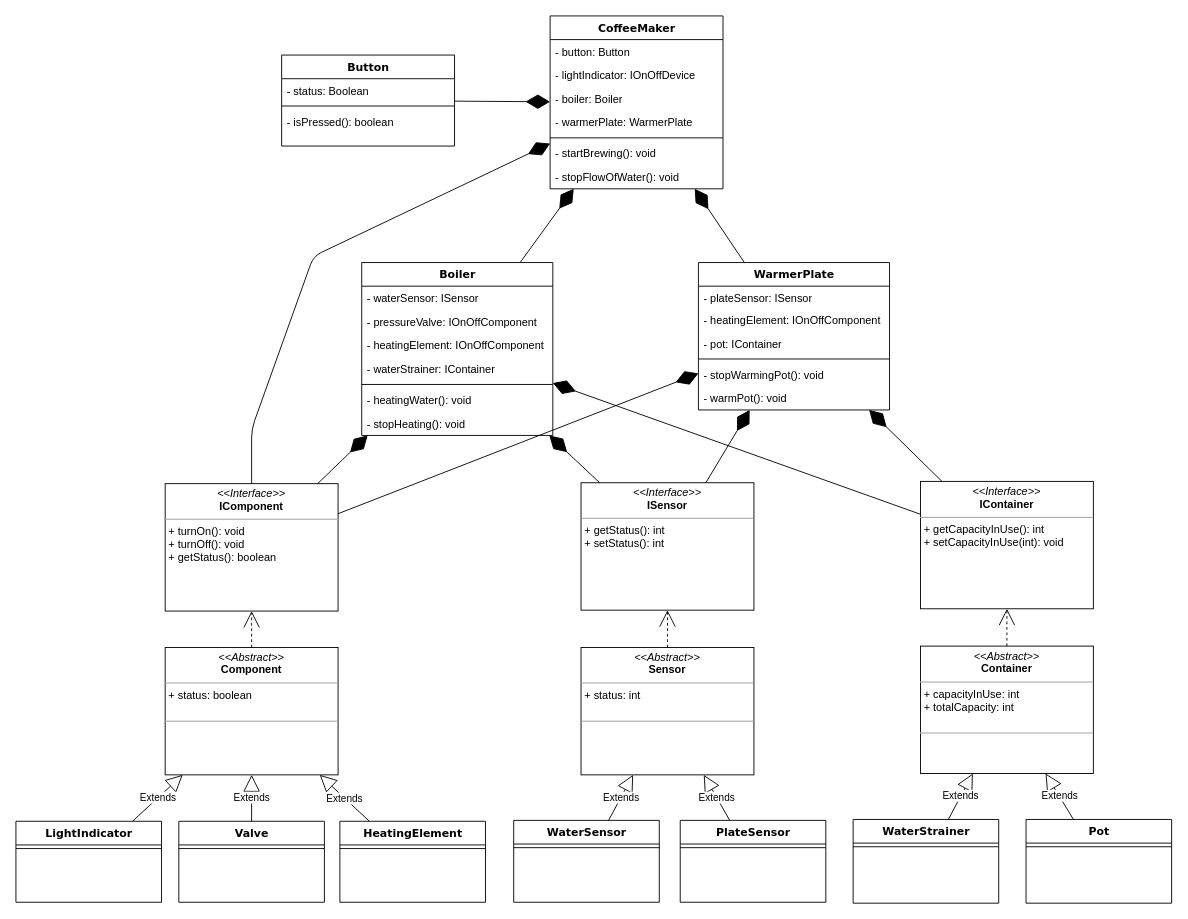
The draw.io diagram Resources/CoffeeMaker.drawio in aburgosu/CoffeeMaker-JAM, before the edit. Source tidied: cells renumbered, new cells numbered last; positions are measured from the earlier drawing's top-left corner, leaving out a move shared by most shapes. Both pictures are drawn from the tidied source at 91%, with x=0, y=0 at pixel (15, 15).
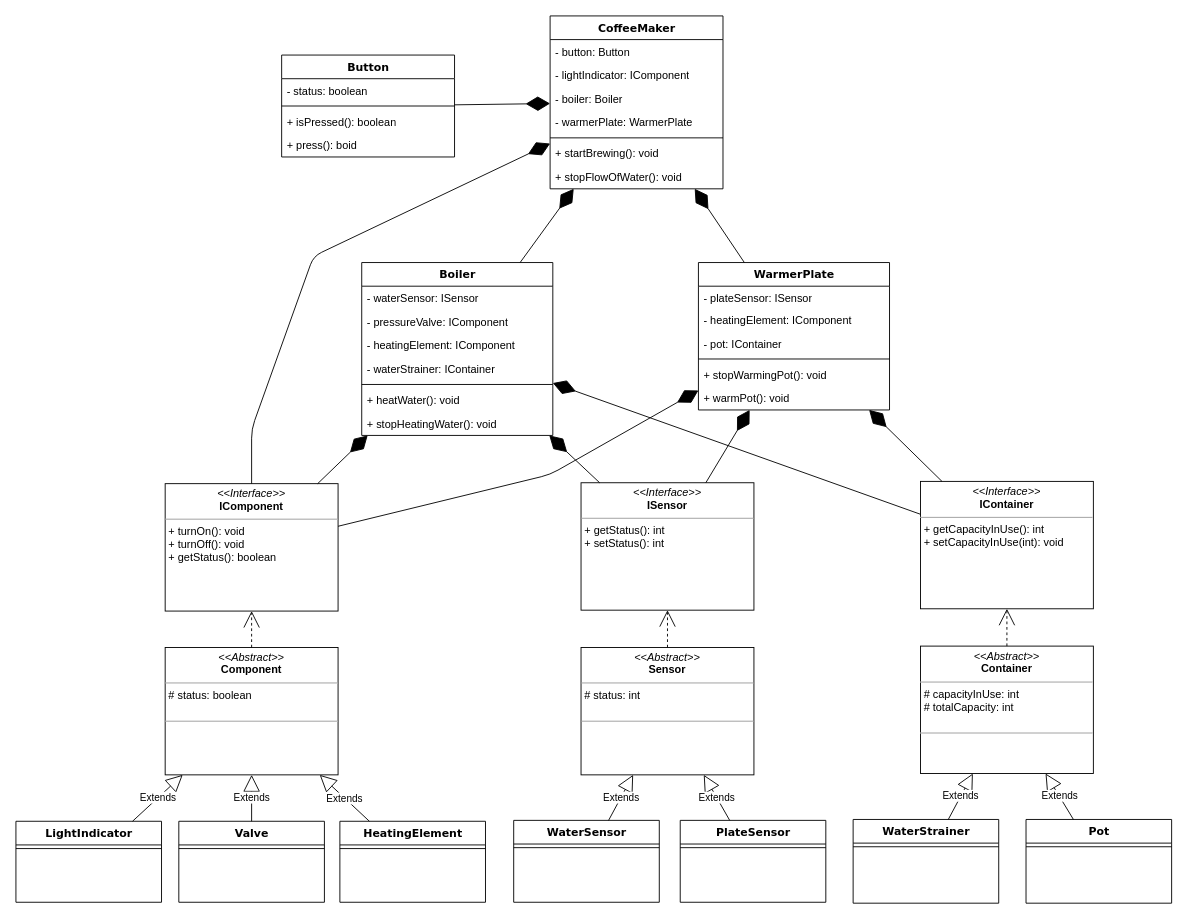
Above is the later version.

Commit message (it also covers changes not shown here):
Class diagram names corrections

The change refers to these unchanged cells:
```xml
<mxCell id="8" value="&lt;p style=&quot;margin: 0px ; margin-top: 4px ; text-align: center&quot;&gt;&lt;i&gt;&amp;lt;&amp;lt;Interface&amp;gt;&amp;gt;&lt;/i&gt;&lt;br&gt;&lt;b&gt;IComponent&lt;/b&gt;&lt;/p&gt;&lt;hr size=&quot;1&quot;&gt;&lt;p style=&quot;margin: 0px ; margin-left: 4px&quot;&gt;&lt;/p&gt;&lt;p style=&quot;margin: 0px ; margin-left: 4px&quot;&gt;+ turnOn(): void&lt;br&gt;+ turnOff(): void&lt;/p&gt;&lt;p style=&quot;margin: 0px ; margin-left: 4px&quot;&gt;+ getStatus(): boolean&lt;/p&gt;" style="verticalAlign=top;align=left;overflow=fill;fontSize=12;fontFamily=Helvetica;html=1;rounded=0;shadow=0;comic=0;labelBackgroundColor=none;strokeColor=#000000;strokeWidth=1;fillColor=#ffffff;" parent="1" vertex="1">
  <mxGeometry x="164" y="514" width="190" height="140" as="geometry" />
</mxCell>
<mxCell id="18" value="Boiler" style="swimlane;html=1;fontStyle=1;align=center;verticalAlign=top;horizontal=1;startSize=26;swimlaneFillColor=#ffffff;rounded=0;shadow=0;comic=0;labelBackgroundColor=none;strokeColor=#000000;strokeWidth=1;fillColor=none;fontFamily=Verdana;fontSize=12;fontColor=#000000;" parent="1" vertex="1">
  <mxGeometry x="380" y="271" width="210" height="190" as="geometry" />
</mxCell>
<mxCell id="26" value="WarmerPlate" style="swimlane;html=1;fontStyle=1;align=center;verticalAlign=top;horizontal=1;startSize=26;swimlaneFillColor=#ffffff;rounded=0;shadow=0;comic=0;labelBackgroundColor=none;strokeColor=#000000;strokeWidth=1;fillColor=none;fontFamily=Verdana;fontSize=12;fontColor=#000000;" parent="1" vertex="1">
  <mxGeometry x="750" y="271" width="210" height="162" as="geometry" />
</mxCell>
<mxCell id="33" value="CoffeeMaker" style="swimlane;html=1;fontStyle=1;align=center;verticalAlign=top;horizontal=1;startSize=26;swimlaneFillColor=#ffffff;rounded=0;shadow=0;comic=0;labelBackgroundColor=none;strokeColor=#000000;strokeWidth=1;fillColor=none;fontFamily=Verdana;fontSize=12;fontColor=#000000;" parent="1" vertex="1">
  <mxGeometry x="587" width="190" height="190" as="geometry" />
</mxCell>
```

What changed in the source:
```diff
@@
-    <mxCell id="10" value="&lt;p style=&quot;margin: 0px ; margin-top: 4px ; text-align: center&quot;&gt;&lt;i&gt;&amp;lt;&amp;lt;Abstract&amp;gt;&amp;gt;&lt;/i&gt;&lt;br&gt;&lt;b&gt;Sensor&lt;/b&gt;&lt;/p&gt;&lt;hr size=&quot;1&quot;&gt;&lt;p style=&quot;margin: 0px ; margin-left: 4px&quot;&gt;+ status: int&lt;br&gt;&lt;br&gt;&lt;/p&gt;&lt;hr size=&quot;1&quot;&gt;&lt;p style=&quot;margin: 0px ; margin-left: 4px&quot;&gt;&lt;br&gt;&lt;/p&gt;" style="verticalAlign=top;align=left;overflow=fill;fontSize=12;fontFamily=Helvetica;html=1;rounded=0;shadow=0;comic=0;labelBackgroundColor=none;strokeColor=#000000;strokeWidth=1;fillColor=#ffffff;" parent="1" vertex="1">
+    <mxCell id="10" value="&lt;p style=&quot;margin: 0px ; margin-top: 4px ; text-align: center&quot;&gt;&lt;i&gt;&amp;lt;&amp;lt;Abstract&amp;gt;&amp;gt;&lt;/i&gt;&lt;br&gt;&lt;b&gt;Sensor&lt;/b&gt;&lt;/p&gt;&lt;hr size=&quot;1&quot;&gt;&lt;p style=&quot;margin: 0px ; margin-left: 4px&quot;&gt;# status: int&lt;br&gt;&lt;br&gt;&lt;/p&gt;&lt;hr size=&quot;1&quot;&gt;&lt;p style=&quot;margin: 0px ; margin-left: 4px&quot;&gt;&lt;br&gt;&lt;/p&gt;" style="verticalAlign=top;align=left;overflow=fill;fontSize=12;fontFamily=Helvetica;html=1;rounded=0;shadow=0;comic=0;labelBackgroundColor=none;strokeColor=#000000;strokeWidth=1;fillColor=#ffffff;" parent="1" vertex="1">
       <mxGeometry x="621" y="694" width="190" height="140" as="geometry" />
     </mxCell>
@@
-    <mxCell id="20" value="- pressureValve: IOnOffComponent&lt;br&gt;" style="text;html=1;strokeColor=none;fillColor=none;align=left;verticalAlign=top;spacingLeft=4;spacingRight=4;whiteSpace=wrap;overflow=hidden;" parent="18" vertex="1">
+    <mxCell id="20" value="- pressureValve: IComponent&lt;br&gt;" style="text;html=1;strokeColor=none;fillColor=none;align=left;verticalAlign=top;spacingLeft=4;spacingRight=4;whiteSpace=wrap;overflow=hidden;" parent="18" vertex="1">
       <mxGeometry y="52" width="210" height="26" as="geometry" />
     </mxCell>
-    <mxCell id="21" value="- heatingElement: IOnOffComponent&lt;br&gt;" style="text;html=1;strokeColor=none;fillColor=none;align=left;verticalAlign=top;spacingLeft=4;spacingRight=4;whiteSpace=wrap;overflow=hidden;" parent="18" vertex="1">
+    <mxCell id="21" value="- heatingElement: IComponent&lt;br&gt;" style="text;html=1;strokeColor=none;fillColor=none;align=left;verticalAlign=top;spacingLeft=4;spacingRight=4;whiteSpace=wrap;overflow=hidden;" parent="18" vertex="1">
       <mxGeometry y="78" width="210" height="26" as="geometry" />
     </mxCell>
@@
-    <mxCell id="24" value="- heatingWater(): void&lt;br&gt;" style="text;html=1;strokeColor=none;fillColor=none;align=left;verticalAlign=top;spacingLeft=4;spacingRight=4;whiteSpace=wrap;overflow=hidden;" parent="18" vertex="1">
+    <mxCell id="24" value="+ heatWater(): void&lt;br&gt;" style="text;html=1;strokeColor=none;fillColor=none;align=left;verticalAlign=top;spacingLeft=4;spacingRight=4;whiteSpace=wrap;overflow=hidden;" parent="18" vertex="1">
       <mxGeometry y="138" width="210" height="26" as="geometry" />
     </mxCell>
-    <mxCell id="25" value="- stopHeating(): void&lt;br&gt;" style="text;html=1;strokeColor=none;fillColor=none;align=left;verticalAlign=top;spacingLeft=4;spacingRight=4;whiteSpace=wrap;overflow=hidden;" parent="18" vertex="1">
+    <mxCell id="25" value="+ stopHeatingWater(): void&lt;br&gt;" style="text;html=1;strokeColor=none;fillColor=none;align=left;verticalAlign=top;spacingLeft=4;spacingRight=4;whiteSpace=wrap;overflow=hidden;" parent="18" vertex="1">
       <mxGeometry y="164" width="210" height="26" as="geometry" />
     </mxCell>
@@
-    <mxCell id="28" value="- heatingElement: IOnOffComponent" style="text;html=1;strokeColor=none;fillColor=none;align=left;verticalAlign=top;spacingLeft=4;spacingRight=4;whiteSpace=wrap;overflow=hidden;" parent="26" vertex="1">
+    <mxCell id="28" value="- heatingElement: IComponent" style="text;html=1;strokeColor=none;fillColor=none;align=left;verticalAlign=top;spacingLeft=4;spacingRight=4;whiteSpace=wrap;overflow=hidden;" parent="26" vertex="1">
       <mxGeometry y="50" width="210" height="26" as="geometry" />
     </mxCell>
@@
-    <mxCell id="31" value="- stopWarmingPot(): void" style="text;html=1;strokeColor=none;fillColor=none;align=left;verticalAlign=top;spacingLeft=4;spacingRight=4;whiteSpace=wrap;overflow=hidden;" parent="26" vertex="1">
+    <mxCell id="31" value="+ stopWarmingPot(): void" style="text;html=1;strokeColor=none;fillColor=none;align=left;verticalAlign=top;spacingLeft=4;spacingRight=4;whiteSpace=wrap;overflow=hidden;" parent="26" vertex="1">
       <mxGeometry y="110" width="210" height="26" as="geometry" />
     </mxCell>
-    <mxCell id="32" value="- warmPot(): void" style="text;html=1;strokeColor=none;fillColor=none;align=left;verticalAlign=top;spacingLeft=4;spacingRight=4;whiteSpace=wrap;overflow=hidden;" parent="26" vertex="1">
+    <mxCell id="32" value="+ warmPot(): void" style="text;html=1;strokeColor=none;fillColor=none;align=left;verticalAlign=top;spacingLeft=4;spacingRight=4;whiteSpace=wrap;overflow=hidden;" parent="26" vertex="1">
       <mxGeometry y="136" width="210" height="26" as="geometry" />
     </mxCell>
@@
-    <mxCell id="35" value="- lightIndicator: IOnOffDevice&lt;br&gt;" style="text;html=1;strokeColor=none;fillColor=none;align=left;verticalAlign=top;spacingLeft=4;spacingRight=4;whiteSpace=wrap;overflow=hidden;" parent="33" vertex="1">
+    <mxCell id="35" value="- lightIndicator: IComponent&lt;br&gt;" style="text;html=1;strokeColor=none;fillColor=none;align=left;verticalAlign=top;spacingLeft=4;spacingRight=4;whiteSpace=wrap;overflow=hidden;" parent="33" vertex="1">
       <mxGeometry y="52" width="190" height="26" as="geometry" />
     </mxCell>
@@
-    <mxCell id="39" value="- startBrewing(): void&lt;br&gt;" style="text;html=1;strokeColor=none;fillColor=none;align=left;verticalAlign=top;spacingLeft=4;spacingRight=4;whiteSpace=wrap;overflow=hidden;" parent="33" vertex="1">
+    <mxCell id="39" value="+ startBrewing(): void&lt;br&gt;" style="text;html=1;strokeColor=none;fillColor=none;align=left;verticalAlign=top;spacingLeft=4;spacingRight=4;whiteSpace=wrap;overflow=hidden;" parent="33" vertex="1">
       <mxGeometry y="138" width="190" height="26" as="geometry" />
     </mxCell>
-    <mxCell id="40" value="- stopFlowOfWater(): void&lt;br&gt;" style="text;html=1;strokeColor=none;fillColor=none;align=left;verticalAlign=top;spacingLeft=4;spacingRight=4;whiteSpace=wrap;overflow=hidden;" parent="33" vertex="1">
+    <mxCell id="40" value="+ stopFlowOfWater(): void&lt;br&gt;" style="text;html=1;strokeColor=none;fillColor=none;align=left;verticalAlign=top;spacingLeft=4;spacingRight=4;whiteSpace=wrap;overflow=hidden;" parent="33" vertex="1">
       <mxGeometry y="164" width="190" height="26" as="geometry" />
     </mxCell>
@@
     <mxCell id="43" style="endArrow=diamondThin;endFill=1;endSize=24;html=1;" parent="1" edge="1" source="8" target="26">
-      <mxGeometry relative="1" as="geometry" />
+      <mxGeometry relative="1" as="geometry">
+        <Array as="points">
+          <mxPoint x="587" y="504" />
+        </Array>
+      </mxGeometry>
     </mxCell>
@@
     <mxCell id="48" value="Button" style="swimlane;html=1;fontStyle=1;align=center;verticalAlign=top;horizontal=1;startSize=26;swimlaneFillColor=#ffffff;rounded=0;shadow=0;comic=0;labelBackgroundColor=none;strokeColor=#000000;strokeWidth=1;fillColor=none;fontFamily=Verdana;fontSize=12;fontColor=#000000;" parent="1" vertex="1">
-      <mxGeometry x="292" y="43" width="190" height="100" as="geometry" />
+      <mxGeometry x="292" y="43" width="190" height="112" as="geometry" />
     </mxCell>
-    <mxCell id="49" value="- status: Boolean&lt;br&gt;" style="text;html=1;strokeColor=none;fillColor=none;align=left;verticalAlign=top;spacingLeft=4;spacingRight=4;whiteSpace=wrap;overflow=hidden;" parent="48" vertex="1">
+    <mxCell id="49" value="- status: boolean&lt;br&gt;" style="text;html=1;strokeColor=none;fillColor=none;align=left;verticalAlign=top;spacingLeft=4;spacingRight=4;whiteSpace=wrap;overflow=hidden;" parent="48" vertex="1">
       <mxGeometry y="26" width="190" height="26" as="geometry" />
     </mxCell>
@@
+    <mxCell id="69" value="+ isPressed(): boolean&lt;br&gt;" style="text;html=1;strokeColor=none;fillColor=none;align=left;verticalAlign=top;spacingLeft=4;spacingRight=4;whiteSpace=wrap;overflow=hidden;" parent="48" vertex="1">
+      <mxGeometry y="60" width="190" height="26" as="geometry" />
+    </mxCell>
-    <mxCell id="51" value="- isPressed(): boolean&lt;br&gt;" style="text;html=1;strokeColor=none;fillColor=none;align=left;verticalAlign=top;spacingLeft=4;spacingRight=4;whiteSpace=wrap;overflow=hidden;" parent="48" vertex="1">
-      <mxGeometry y="60" width="190" height="26" as="geometry" />
+    <mxCell id="51" value="+ press(): boid&lt;br&gt;" style="text;html=1;strokeColor=none;fillColor=none;align=left;verticalAlign=top;spacingLeft=4;spacingRight=4;whiteSpace=wrap;overflow=hidden;" parent="48" vertex="1">
+      <mxGeometry y="86" width="190" height="26" as="geometry" />
     </mxCell>
@@
-    <mxCell id="53" value="&lt;p style=&quot;margin: 0px ; margin-top: 4px ; text-align: center&quot;&gt;&lt;i&gt;&amp;lt;&amp;lt;Abstract&amp;gt;&amp;gt;&lt;/i&gt;&lt;br&gt;&lt;b&gt;Component&lt;/b&gt;&lt;/p&gt;&lt;hr size=&quot;1&quot;&gt;&lt;p style=&quot;margin: 0px ; margin-left: 4px&quot;&gt;+ status: boolean&lt;br&gt;&lt;br&gt;&lt;/p&gt;&lt;hr size=&quot;1&quot;&gt;&lt;p style=&quot;margin: 0px ; margin-left: 4px&quot;&gt;&lt;br&gt;&lt;/p&gt;" style="verticalAlign=top;align=left;overflow=fill;fontSize=12;fontFamily=Helvetica;html=1;rounded=0;shadow=0;comic=0;labelBackgroundColor=none;strokeColor=#000000;strokeWidth=1;fillColor=#ffffff;" parent="1" vertex="1">
+    <mxCell id="53" value="&lt;p style=&quot;margin: 0px ; margin-top: 4px ; text-align: center&quot;&gt;&lt;i&gt;&amp;lt;&amp;lt;Abstract&amp;gt;&amp;gt;&lt;/i&gt;&lt;br&gt;&lt;b&gt;Component&lt;/b&gt;&lt;/p&gt;&lt;hr size=&quot;1&quot;&gt;&lt;p style=&quot;margin: 0px ; margin-left: 4px&quot;&gt;# status: boolean&lt;br&gt;&lt;br&gt;&lt;/p&gt;&lt;hr size=&quot;1&quot;&gt;&lt;p style=&quot;margin: 0px ; margin-left: 4px&quot;&gt;&lt;br&gt;&lt;/p&gt;" style="verticalAlign=top;align=left;overflow=fill;fontSize=12;fontFamily=Helvetica;html=1;rounded=0;shadow=0;comic=0;labelBackgroundColor=none;strokeColor=#000000;strokeWidth=1;fillColor=#ffffff;" parent="1" vertex="1">
       <mxGeometry x="164" y="694" width="190" height="140" as="geometry" />
     </mxCell>
@@
-    <mxCell id="59" value="&lt;p style=&quot;margin: 0px ; margin-top: 4px ; text-align: center&quot;&gt;&lt;i&gt;&amp;lt;&amp;lt;Abstract&amp;gt;&amp;gt;&lt;/i&gt;&lt;br&gt;&lt;b&gt;Container&lt;/b&gt;&lt;/p&gt;&lt;hr size=&quot;1&quot;&gt;&lt;p style=&quot;margin: 0px ; margin-left: 4px&quot;&gt;+ capacityInUse: int&lt;/p&gt;&lt;p style=&quot;margin: 0px ; margin-left: 4px&quot;&gt;+ totalCapacity: int&lt;br&gt;&lt;br&gt;&lt;/p&gt;&lt;hr size=&quot;1&quot;&gt;&lt;p style=&quot;margin: 0px ; margin-left: 4px&quot;&gt;&lt;br&gt;&lt;/p&gt;" style="verticalAlign=top;align=left;overflow=fill;fontSize=12;fontFamily=Helvetica;html=1;rounded=0;shadow=0;comic=0;labelBackgroundColor=none;strokeColor=#000000;strokeWidth=1;fillColor=#ffffff;" parent="1" vertex="1">
+    <mxCell id="59" value="&lt;p style=&quot;margin: 0px ; margin-top: 4px ; text-align: center&quot;&gt;&lt;i&gt;&amp;lt;&amp;lt;Abstract&amp;gt;&amp;gt;&lt;/i&gt;&lt;br&gt;&lt;b&gt;Container&lt;/b&gt;&lt;/p&gt;&lt;hr size=&quot;1&quot;&gt;&lt;p style=&quot;margin: 0px ; margin-left: 4px&quot;&gt;# capacityInUse: int&lt;/p&gt;&lt;p style=&quot;margin: 0px ; margin-left: 4px&quot;&gt;# totalCapacity: int&lt;br&gt;&lt;br&gt;&lt;/p&gt;&lt;hr size=&quot;1&quot;&gt;&lt;p style=&quot;margin: 0px ; margin-left: 4px&quot;&gt;&lt;br&gt;&lt;/p&gt;" style="verticalAlign=top;align=left;overflow=fill;fontSize=12;fontFamily=Helvetica;html=1;rounded=0;shadow=0;comic=0;labelBackgroundColor=none;strokeColor=#000000;strokeWidth=1;fillColor=#ffffff;" parent="1" vertex="1">
       <mxGeometry x="994" y="692.5" width="190" height="140" as="geometry" />
     </mxCell>
```
